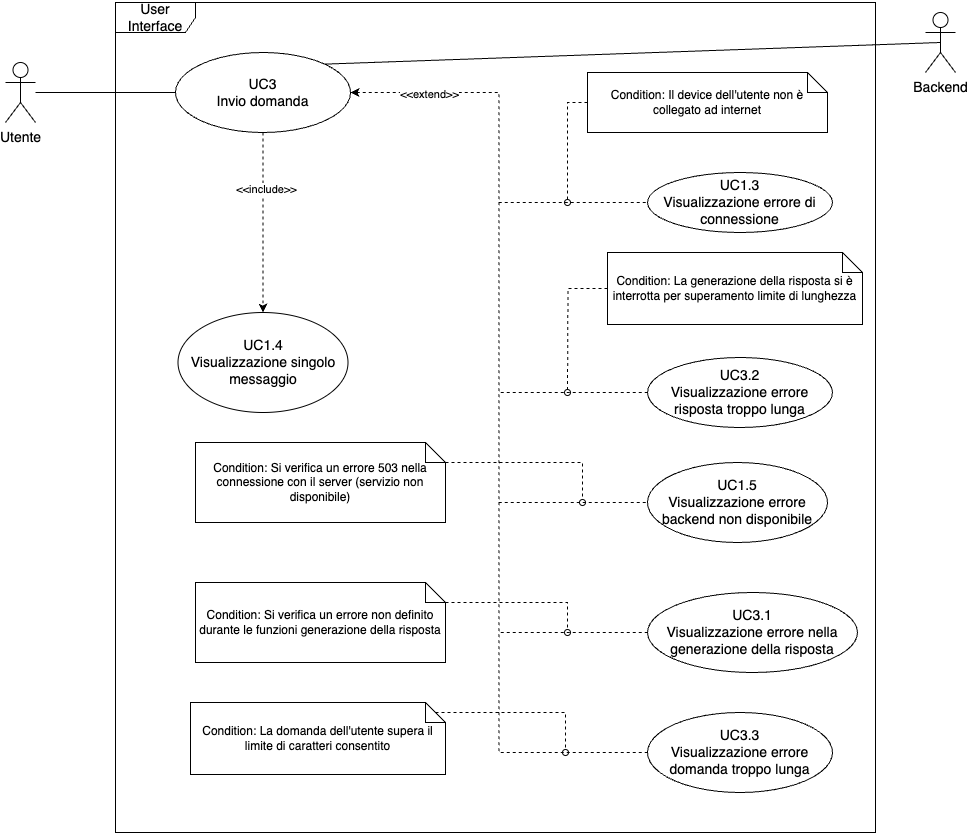
SweeTenTeam/Docs keeps this draw.io diagram as images/analisi-dei-requisiti/UC0_ask_User-UI.png. Above is the earlier version. Source tidied: cells renumbered, new cells last; positions are measured from the earlier drawing's top-left corner, leaving out a move shared by most shapes.
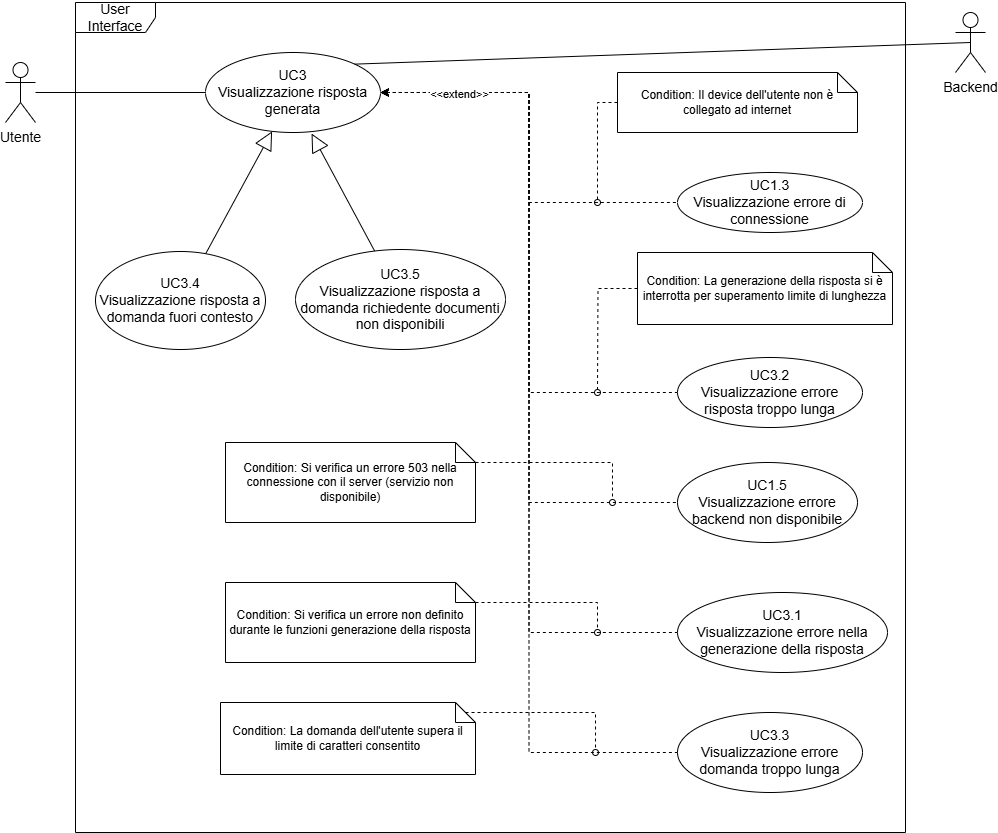
The same file after the commit.

The edit, as a diff of the source:
```diff
@@ -3,16 +3,8 @@
     <mxCell id="0" />
     <mxCell id="1" parent="0" />
     <mxCell id="2" value="User Interface" style="shape=umlFrame;whiteSpace=wrap;html=1;width=80;height=30;fontSize=14;" parent="1" vertex="1">
-      <mxGeometry x="110" width="760" height="830" as="geometry" />
+      <mxGeometry x="40" width="830" height="830" as="geometry" />
     </mxCell>
-    <mxCell id="3" style="edgeStyle=orthogonalEdgeStyle;rounded=0;jettySize=auto;html=1;entryX=0.5;entryY=0;entryDx=0;entryDy=0;dashed=1;" parent="1" edge="1" source="11" target="16">
-      <mxGeometry relative="1" as="geometry" />
-    </mxCell>
-    <mxCell id="4" value="&amp;lt;&amp;lt;include&amp;gt;&amp;gt;" style="edgeLabel;html=1;align=center;verticalAlign=middle;" parent="3" vertex="1">
-      <mxGeometry x="-0.39" y="3" relative="1" as="geometry">
-        <mxPoint y="1" as="offset" />
-      </mxGeometry>
-    </mxCell>
     <mxCell id="5" style="edgeStyle=orthogonalEdgeStyle;rounded=0;jettySize=auto;html=1;entryX=0;entryY=0.5;entryDx=0;entryDy=0;endArrow=none;startFill=1;startArrow=classic;dashed=1;" parent="1" edge="1" source="11" target="15">
       <mxGeometry relative="1" as="geometry" />
     </mxCell>
@@ -31,14 +23,14 @@
     <mxCell id="10" value="&amp;lt;&amp;lt;extend&amp;gt;&amp;gt;" style="edgeLabel;html=1;align=center;verticalAlign=middle;" parent="9" vertex="1">
       <mxGeometry x="-0.84" y="-1" relative="1" as="geometry" />
     </mxCell>
-    <mxCell id="11" value="UC3&lt;div&gt;Invio domanda&lt;/div&gt;" style="ellipse;whiteSpace=wrap;html=1;fontSize=14;" parent="1" vertex="1">
+    <mxCell id="11" value="UC3&lt;div&gt;Visualizzazione risposta generata&lt;/div&gt;" style="ellipse;whiteSpace=wrap;html=1;fontSize=14;" parent="1" vertex="1">
       <mxGeometry x="170" y="50" width="175" height="80" as="geometry" />
     </mxCell>
     <mxCell id="12" style="edgeStyle=orthogonalEdgeStyle;rounded=0;jettySize=auto;html=1;endArrow=none;endFill=0;" parent="1" edge="1" source="13" target="11">
       <mxGeometry relative="1" as="geometry" />
     </mxCell>
     <mxCell id="13" value="Utente" style="shape=umlActor;verticalLabelPosition=bottom;verticalAlign=top;html=1;fontSize=14;" parent="1" vertex="1">
-      <mxGeometry y="60" width="30" height="60" as="geometry" />
+      <mxGeometry x="-30" y="60" width="30" height="60" as="geometry" />
     </mxCell>
     <mxCell id="14" value="UC3.1&lt;div&gt;Visualizzazione errore nella generazione della risposta&lt;/div&gt;" style="ellipse;whiteSpace=wrap;html=1;fontSize=14;" parent="1" vertex="1">
       <mxGeometry x="642" y="590" width="210" height="80" as="geometry" />
@@ -46,9 +38,6 @@
     <mxCell id="15" value="UC1.3&lt;div&gt;Visualizzazione errore di connessione&lt;/div&gt;" style="ellipse;whiteSpace=wrap;html=1;fontSize=14;" parent="1" vertex="1">
       <mxGeometry x="642" y="170" width="185" height="60" as="geometry" />
     </mxCell>
-    <mxCell id="16" value="UC1.4&lt;div&gt;Visualizzazione singolo messaggio&lt;/div&gt;" style="ellipse;whiteSpace=wrap;html=1;fontSize=14;" parent="1" vertex="1">
-      <mxGeometry x="172.5" y="310" width="170" height="100" as="geometry" />
-    </mxCell>
     <mxCell id="17" value="Backend" style="shape=umlActor;verticalLabelPosition=bottom;verticalAlign=top;html=1;fontSize=14;" parent="1" vertex="1">
       <mxGeometry x="920" y="10" width="30" height="60" as="geometry" />
     </mxCell>
@@ -113,5 +102,17 @@
     <mxCell id="31" value="Condition: La domanda dell'utente supera il limite di caratteri consentito" style="shape=note;size=20;whiteSpace=wrap;html=1;" parent="1" vertex="1">
       <mxGeometry x="185" y="700" width="255" height="72" as="geometry" />
     </mxCell>
+    <mxCell id="32" style="endArrow=block;endSize=16;endFill=0;html=1;rounded=0;" parent="1" edge="1" source="33" target="11">
+      <mxGeometry relative="1" as="geometry" />
+    </mxCell>
+    <mxCell id="33" value="&lt;font style=&quot;font-size: 14px;&quot;&gt;UC3.4&lt;/font&gt;&lt;div&gt;&lt;font style=&quot;font-size: 14px;&quot;&gt;Visualizzazione risposta a domanda fuori contesto&lt;/font&gt;&lt;/div&gt;" style="ellipse;whiteSpace=wrap;html=1;" parent="1" vertex="1">
+      <mxGeometry x="60" y="249" width="170" height="98" as="geometry" />
+    </mxCell>
+    <mxCell id="34" value="&lt;font style=&quot;font-size: 14px;&quot;&gt;UC3.5&lt;/font&gt;&lt;div&gt;&lt;font style=&quot;font-size: 14px;&quot;&gt;Visualizzazione risposta a domanda richiedente documenti non disponibili&lt;/font&gt;&lt;/div&gt;" style="ellipse;whiteSpace=wrap;html=1;" parent="1" vertex="1">
+      <mxGeometry x="260" y="247" width="210" height="100" as="geometry" />
+    </mxCell>
+    <mxCell id="35" style="endArrow=block;endSize=16;endFill=0;html=1;rounded=0;entryX=0.606;entryY=1.013;entryDx=0;entryDy=0;entryPerimeter=0;" parent="1" edge="1" source="34" target="11">
+      <mxGeometry relative="1" as="geometry" />
+    </mxCell>
   </root>
 </mxGraphModel>
```
